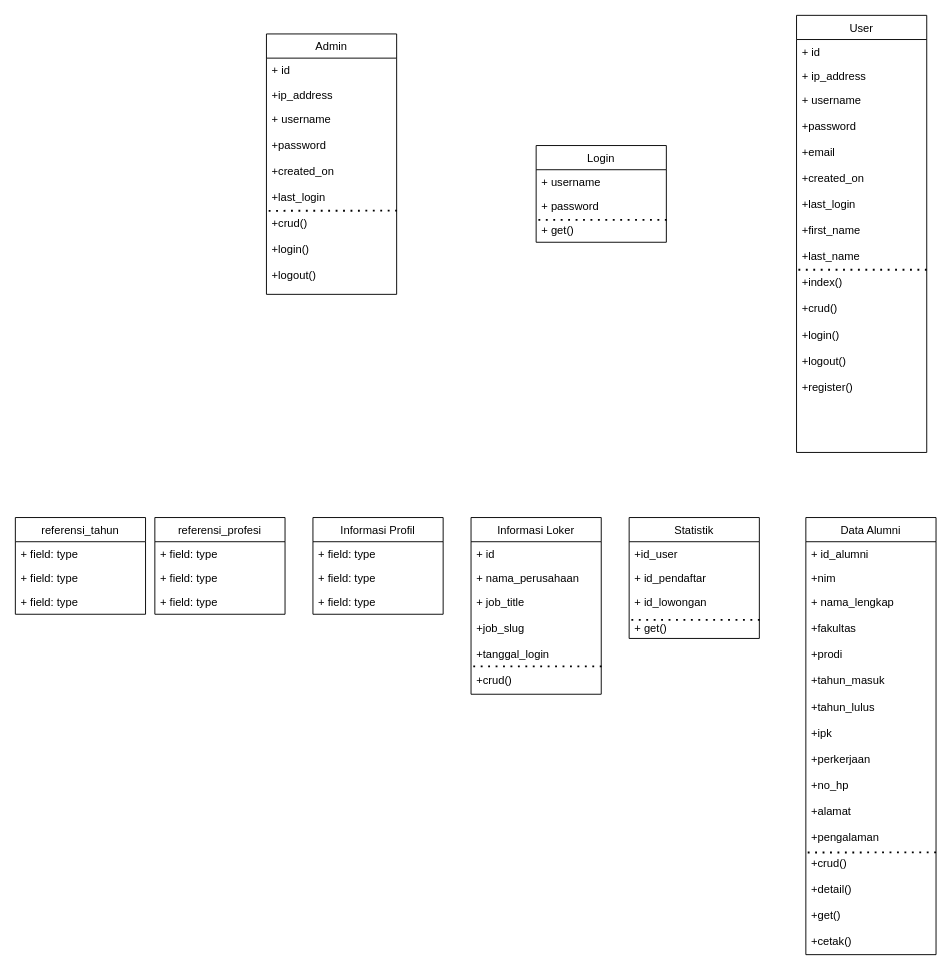
Before: class diagram alumni.drawio in ratihpn99/tokoonline, a draw.io diagram. Source tidied: cells renumbered, new cells numbered last; positions are measured from the earlier drawing's top-left corner, leaving out a move shared by most shapes. Both pictures are drawn from the tidied source at 93%, with x=0, y=0 at pixel (15, 15).
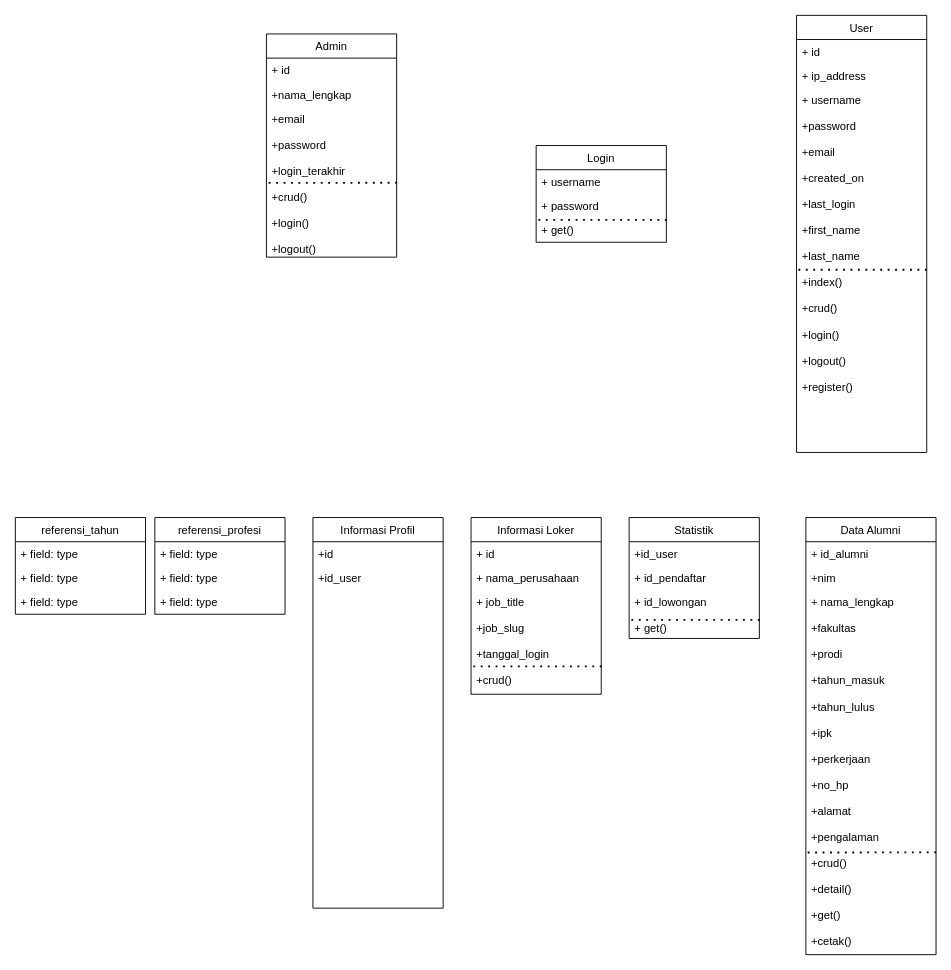
After the change.

The edit, as a diff of the source:
```diff
@@
     <mxCell id="7" value="Admin" style="swimlane;fontStyle=0;horizontal=1;startSize=26;fillColor=none;" parent="1" vertex="1">
-      <mxGeometry x="270" y="20" width="140" height="280" as="geometry" />
+      <mxGeometry x="270" y="20" width="140" height="240" as="geometry" />
     </mxCell>
@@
-    <mxCell id="9" value="+ip_address" style="text;strokeColor=none;fillColor=none;align=left;verticalAlign=top;spacingLeft=4;spacingRight=4;overflow=hidden;" parent="7" vertex="1">
+    <mxCell id="9" value="+nama_lengkap" style="text;strokeColor=none;fillColor=none;align=left;verticalAlign=top;spacingLeft=4;spacingRight=4;overflow=hidden;" parent="7" vertex="1">
       <mxGeometry y="52" width="140" height="26" as="geometry" />
     </mxCell>
+    <mxCell id="11" style="endArrow=none;dashed=1;html=1;dashPattern=1 3;strokeWidth=2;rounded=0;exitX=1.003;exitY=1.071;exitDx=0;exitDy=0;exitPerimeter=0;" parent="7" edge="1">
+      <mxGeometry relative="1" as="geometry">
+        <mxPoint x="140.4" y="160" as="sourcePoint" />
+        <mxPoint y="160.2" as="targetPoint" />
+      </mxGeometry>
+    </mxCell>
-    <mxCell id="10" value="+ username&#10;&#10;+password&#10;&#10;+created_on&#10;&#10;+last_login&#10;&#10;+crud()&#10;&#10;+login()&#10;&#10;+logout()" style="text;strokeColor=none;fillColor=none;align=left;verticalAlign=top;spacingLeft=4;spacingRight=4;overflow=hidden;" parent="7" vertex="1">
-      <mxGeometry y="78" width="140" height="202" as="geometry" />
+    <mxCell id="10" value="+email&#10;&#10;+password&#10;&#10;+login_terakhir&#10;&#10;+crud()&#10;&#10;+login()&#10;&#10;+logout()" style="text;strokeColor=none;fillColor=none;align=left;verticalAlign=top;spacingLeft=4;spacingRight=4;overflow=hidden;" parent="7" vertex="1">
+      <mxGeometry y="78" width="140" height="162" as="geometry" />
     </mxCell>
-    <mxCell id="11" style="endArrow=none;dashed=1;html=1;dashPattern=1 3;strokeWidth=2;rounded=0;exitX=1.003;exitY=1.071;exitDx=0;exitDy=0;exitPerimeter=0;" parent="7" edge="1">
-      <mxGeometry relative="1" as="geometry">
-        <mxPoint x="140.4" y="190" as="sourcePoint" />
-        <mxPoint y="190.2" as="targetPoint" />
-      </mxGeometry>
-    </mxCell>
@@
     <mxCell id="32" value="Informasi Profil" style="swimlane;fontStyle=0;horizontal=1;startSize=26;fillColor=none;" parent="1" vertex="1">
-      <mxGeometry x="320" y="540" width="140" height="104" as="geometry" />
+      <mxGeometry x="320" y="540" width="140" height="420" as="geometry" />
     </mxCell>
-    <mxCell id="33" value="+ field: type" style="text;strokeColor=none;fillColor=none;align=left;verticalAlign=top;spacingLeft=4;spacingRight=4;overflow=hidden;" parent="32" vertex="1">
-      <mxGeometry y="26" width="140" height="26" as="geometry" />
-    </mxCell>
-    <mxCell id="34" value="+ field: type" style="text;strokeColor=none;fillColor=none;align=left;verticalAlign=top;spacingLeft=4;spacingRight=4;overflow=hidden;" parent="32" vertex="1">
-      <mxGeometry y="52" width="140" height="26" as="geometry" />
+    <mxCell id="34" value="+id" style="text;strokeColor=none;fillColor=none;align=left;verticalAlign=top;spacingLeft=4;spacingRight=4;overflow=hidden;" parent="32" vertex="1">
+      <mxGeometry y="26" width="140" height="26" as="geometry" />
     </mxCell>
-    <mxCell id="35" value="+ field: type" style="text;strokeColor=none;fillColor=none;align=left;verticalAlign=top;spacingLeft=4;spacingRight=4;overflow=hidden;" parent="32" vertex="1">
-      <mxGeometry y="78" width="140" height="26" as="geometry" />
+    <mxCell id="35" value="+id_user&#10;&#10;&#10;" style="text;strokeColor=none;fillColor=none;align=left;verticalAlign=top;spacingLeft=4;spacingRight=4;overflow=hidden;" parent="32" vertex="1">
+      <mxGeometry y="52" width="140" height="368" as="geometry" />
     </mxCell>
```
